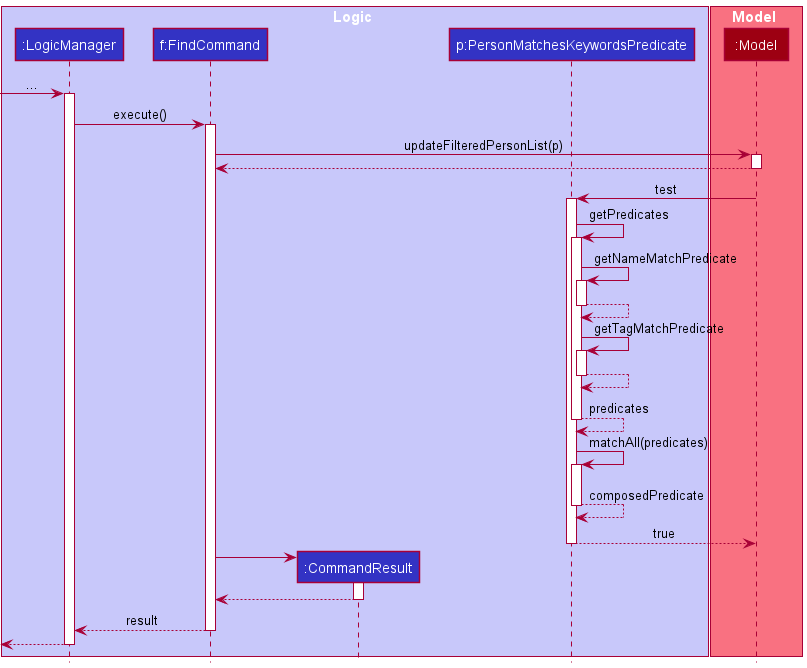
Above: docs/images/FindUpdateFilteredListLogicSequenceDiagram.png in nus-cs2103-AY2122S1/tp (PlantUML), before the change. Its diagram source:
```plantuml
@startuml
!include style.puml

box Logic LOGIC_COLOR_T1
participant ":LogicManager" as LogicManager LOGIC_COLOR
participant "f:FindCommand" as FindCommand LOGIC_COLOR
participant ":CommandResult" as CommandResult LOGIC_COLOR
participant "p:PersonMatchesKeywordsPredicate" as PersonMatchesKeywordsPredicate LOGIC_COLOR
end box

box Model MODEL_COLOR_T1
participant ":Model" as Model MODEL_COLOR
end box

[-> LogicManager : ...
activate LogicManager

LogicManager -> FindCommand : execute()
activate FindCommand

FindCommand -> Model : updateFilteredPersonList(p)
activate Model

Model --> FindCommand
deactivate Model

Model -> PersonMatchesKeywordsPredicate : test
activate PersonMatchesKeywordsPredicate

PersonMatchesKeywordsPredicate -> PersonMatchesKeywordsPredicate : getPredicates
activate PersonMatchesKeywordsPredicate

PersonMatchesKeywordsPredicate -> PersonMatchesKeywordsPredicate : getNameMatchPredicate
activate PersonMatchesKeywordsPredicate

PersonMatchesKeywordsPredicate --> PersonMatchesKeywordsPredicate
deactivate PersonMatchesKeywordsPredicate

PersonMatchesKeywordsPredicate -> PersonMatchesKeywordsPredicate : getTagMatchPredicate
activate PersonMatchesKeywordsPredicate

PersonMatchesKeywordsPredicate --> PersonMatchesKeywordsPredicate
deactivate PersonMatchesKeywordsPredicate

PersonMatchesKeywordsPredicate --> PersonMatchesKeywordsPredicate : predicates
deactivate PersonMatchesKeywordsPredicate

PersonMatchesKeywordsPredicate -> PersonMatchesKeywordsPredicate : matchAll(predicates)
activate PersonMatchesKeywordsPredicate

PersonMatchesKeywordsPredicate --> PersonMatchesKeywordsPredicate : composedPredicate
deactivate PersonMatchesKeywordsPredicate

PersonMatchesKeywordsPredicate --> Model : true
deactivate PersonMatchesKeywordsPredicate

create CommandResult
FindCommand -> CommandResult
activate CommandResult

CommandResult --> FindCommand
deactivate CommandResult

FindCommand --> LogicManager : result
deactivate FindCommand

[<--LogicManager
deactivate LogicManager
@enduml
```
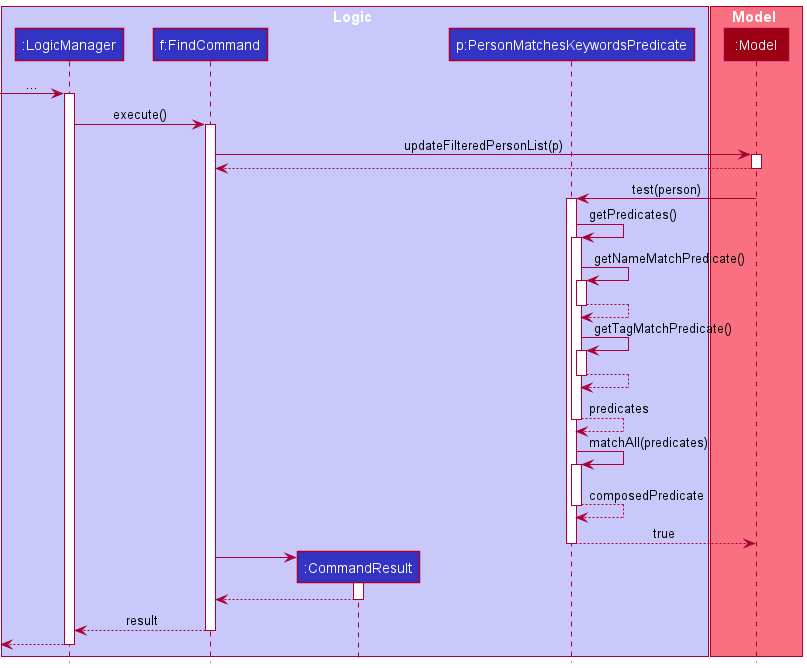
After the commit.

Diff of the diagram source:
```diff
@@ -24,19 +24,19 @@
 Model --> FindCommand
 deactivate Model
 
-Model -> PersonMatchesKeywordsPredicate : test
+Model -> PersonMatchesKeywordsPredicate : test(person)
 activate PersonMatchesKeywordsPredicate
 
-PersonMatchesKeywordsPredicate -> PersonMatchesKeywordsPredicate : getPredicates
+PersonMatchesKeywordsPredicate -> PersonMatchesKeywordsPredicate : getPredicates()
 activate PersonMatchesKeywordsPredicate
 
-PersonMatchesKeywordsPredicate -> PersonMatchesKeywordsPredicate : getNameMatchPredicate
+PersonMatchesKeywordsPredicate -> PersonMatchesKeywordsPredicate : getNameMatchPredicate()
 activate PersonMatchesKeywordsPredicate
 
 PersonMatchesKeywordsPredicate --> PersonMatchesKeywordsPredicate
 deactivate PersonMatchesKeywordsPredicate
 
-PersonMatchesKeywordsPredicate -> PersonMatchesKeywordsPredicate : getTagMatchPredicate
+PersonMatchesKeywordsPredicate -> PersonMatchesKeywordsPredicate : getTagMatchPredicate()
 activate PersonMatchesKeywordsPredicate
 
 PersonMatchesKeywordsPredicate --> PersonMatchesKeywordsPredicate
```
